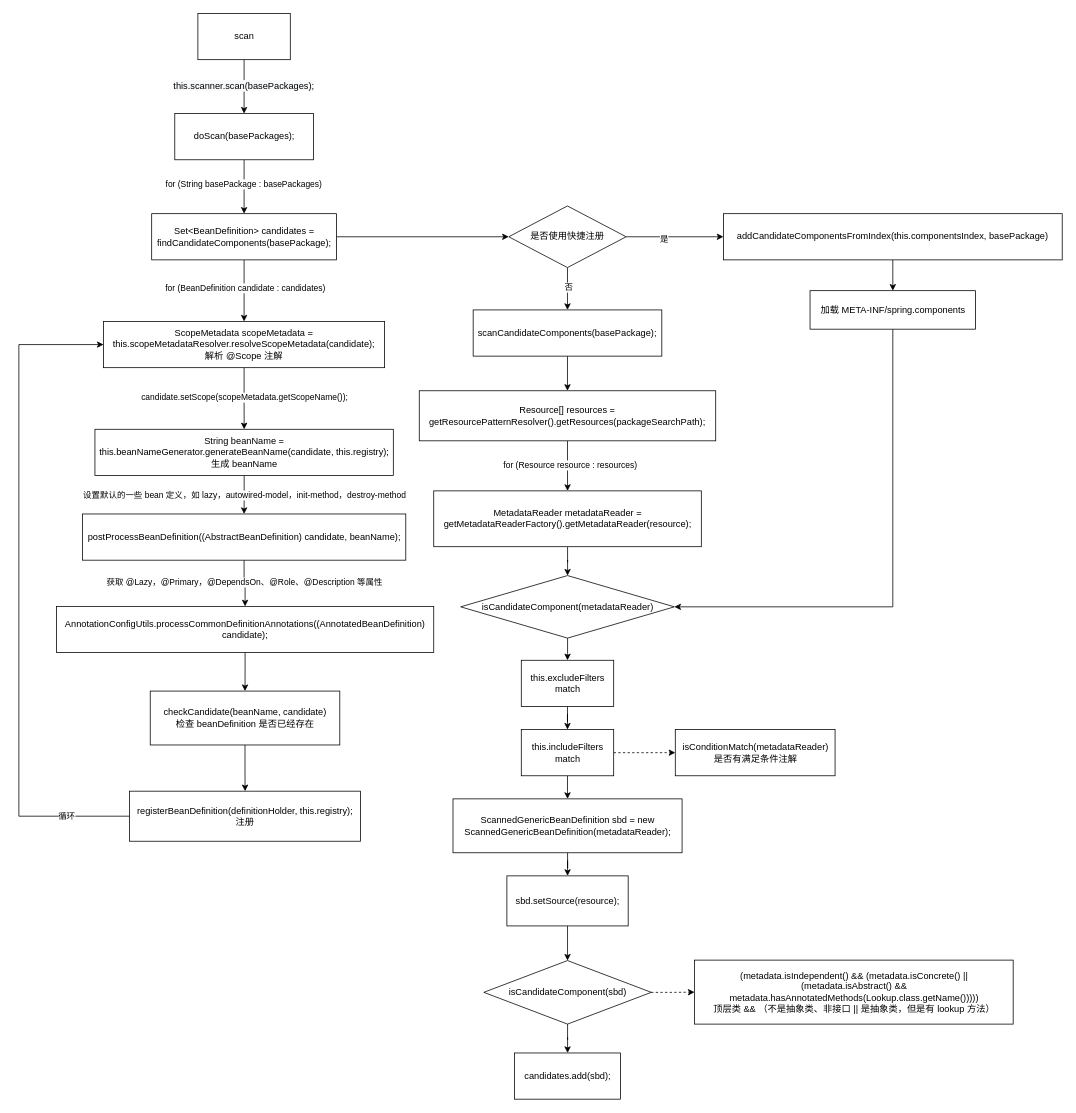
Earlier version of the draw.io diagram spring/spring-framework/spring-framework.drawio (thebesteric/draw.io). Source tidied: cells renumbered, new cells numbered last; positions are measured from the earlier drawing's top-left corner, leaving out a move shared by most shapes. Both pictures are drawn from the tidied source at 77%, with x=0, y=0 at pixel (18, 13).
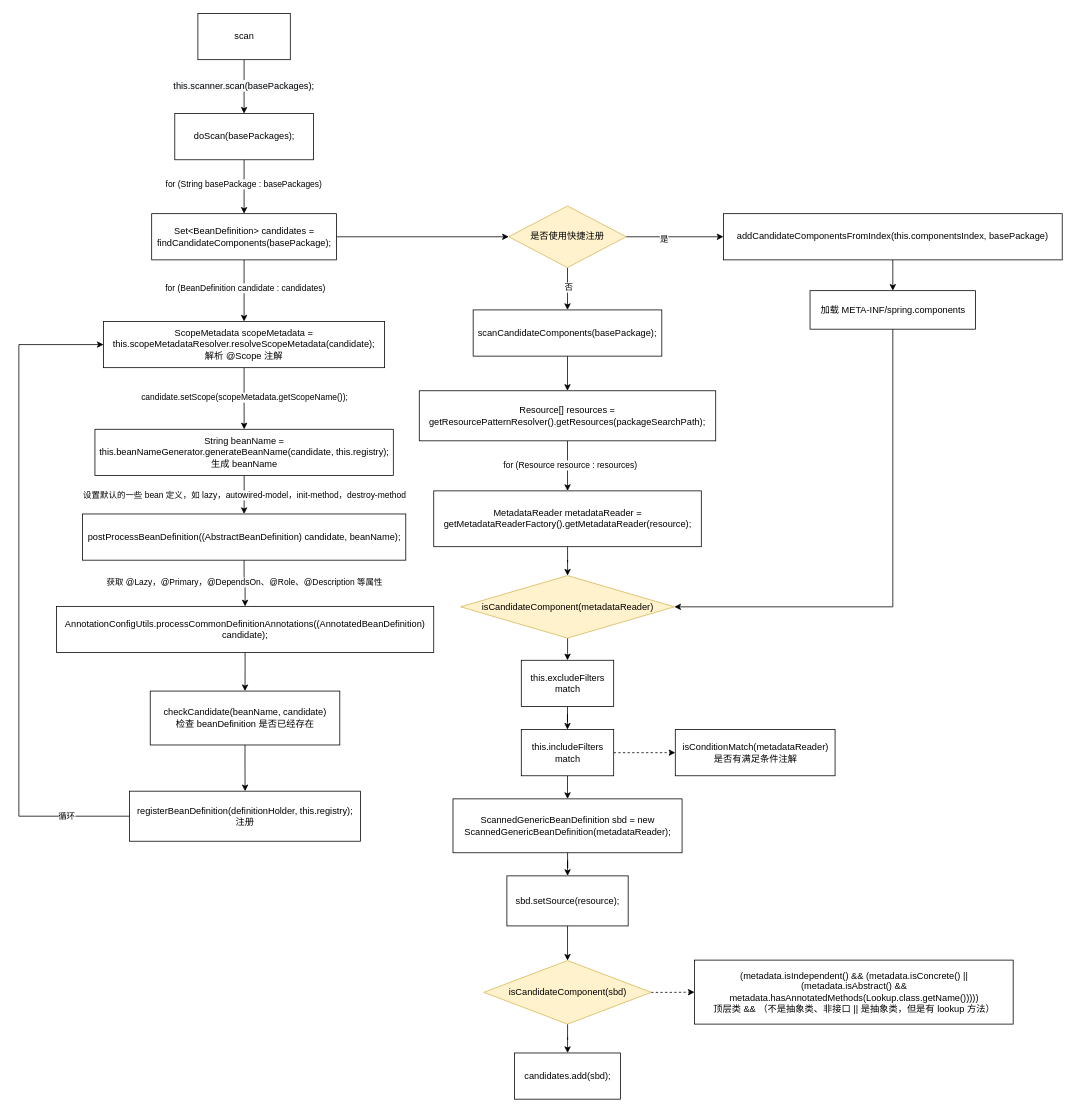
After the change.

Diff of the diagram source:
```diff
@@
-    <mxCell id="16" value="是否使用快捷注册" style="rhombus;whiteSpace=wrap;html=1;rounded=0;" parent="1" vertex="1">
+    <mxCell id="16" value="是否使用快捷注册" style="rhombus;whiteSpace=wrap;html=1;rounded=0;fillColor=#fff2cc;strokeColor=#d6b656;" parent="1" vertex="1">
       <mxGeometry x="636.2" y="250" width="152.5" height="80" as="geometry" />
     </mxCell>
@@
-    <mxCell id="27" value="isCandidateComponent(metadataReader)" style="rhombus;whiteSpace=wrap;html=1;rounded=0;" parent="1" vertex="1">
+    <mxCell id="27" value="isCandidateComponent(metadataReader)" style="rhombus;whiteSpace=wrap;html=1;rounded=0;fillColor=#fff2cc;strokeColor=#d6b656;" parent="1" vertex="1">
       <mxGeometry x="573.8" y="730" width="277.5" height="81.2" as="geometry" />
     </mxCell>
@@
-    <mxCell id="40" value="isCandidateComponent(sbd)" style="rhombus;whiteSpace=wrap;html=1;rounded=0;" parent="1" vertex="1">
+    <mxCell id="40" value="isCandidateComponent(sbd)" style="rhombus;whiteSpace=wrap;html=1;rounded=0;fillColor=#fff2cc;strokeColor=#d6b656;" parent="1" vertex="1">
       <mxGeometry x="603.8" y="1230" width="217.5" height="82.5" as="geometry" />
     </mxCell>
```
